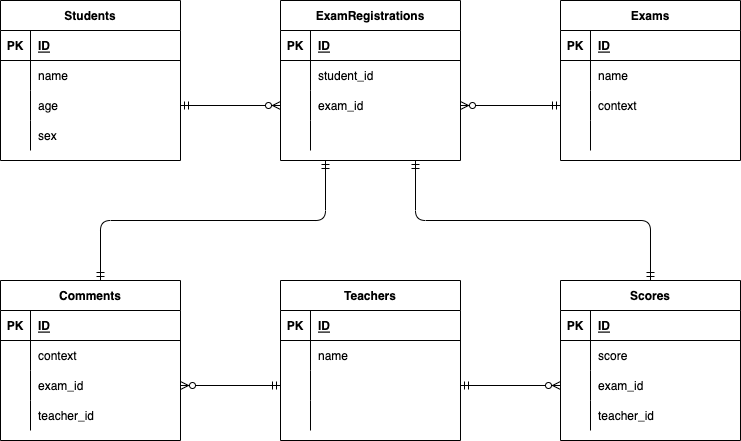
KotaUtsunomiya/DatabaseDesign_section8_Practice keeps this draw.io diagram as ERD.drawio.png. Above is the earlier version. Source tidied: cells renumbered, new cells last; positions are measured from the earlier drawing's top-left corner, leaving out a move shared by most shapes.
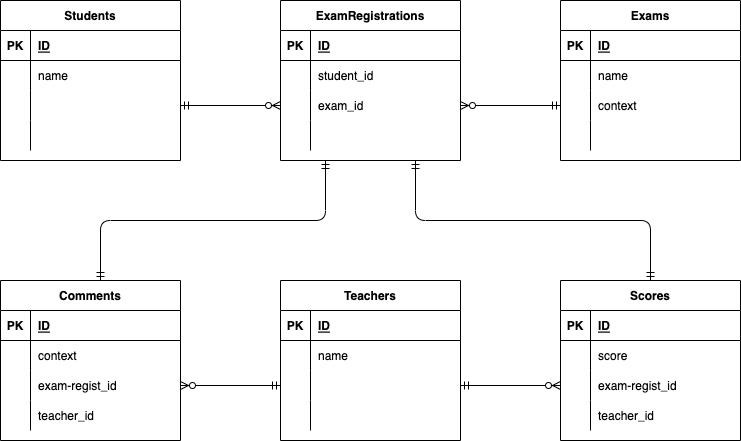
After the change.

What changed in the source:
```diff
@@ -29,7 +29,7 @@
     <mxCell id="10" style="shape=partialRectangle;fillColor=none;top=0;left=0;bottom=0;right=0;overflow=hidden;" parent="9" vertex="1">
       <mxGeometry width="30" height="30" as="geometry" />
     </mxCell>
-    <mxCell id="11" value="age" style="shape=partialRectangle;fillColor=none;top=0;left=0;bottom=0;right=0;align=left;spacingLeft=6;overflow=hidden;" parent="9" vertex="1">
+    <mxCell id="11" style="shape=partialRectangle;fillColor=none;top=0;left=0;bottom=0;right=0;align=left;spacingLeft=6;overflow=hidden;" parent="9" vertex="1">
       <mxGeometry x="30" width="150" height="30" as="geometry" />
     </mxCell>
     <mxCell id="12" style="shape=partialRectangle;fillColor=none;top=0;left=0;bottom=0;right=0;" parent="2" vertex="1">
@@ -38,7 +38,7 @@
     <mxCell id="13" style="shape=partialRectangle;fillColor=none;top=0;left=0;bottom=0;right=0;overflow=hidden;" parent="12" vertex="1">
       <mxGeometry width="30" height="30" as="geometry" />
     </mxCell>
-    <mxCell id="14" value="sex" style="shape=partialRectangle;fillColor=none;top=0;left=0;bottom=0;right=0;align=left;spacingLeft=6;overflow=hidden;" parent="12" vertex="1">
+    <mxCell id="14" style="shape=partialRectangle;fillColor=none;top=0;left=0;bottom=0;right=0;align=left;spacingLeft=6;overflow=hidden;" parent="12" vertex="1">
       <mxGeometry x="30" width="150" height="30" as="geometry" />
     </mxCell>
     <mxCell id="15" value="ExamRegistrations" style="shape=table;startSize=30;rowLines=0;fontStyle=1;align=center;" parent="1" vertex="1">
@@ -191,7 +191,7 @@
     <mxCell id="64" style="shape=partialRectangle;fillColor=none;top=0;left=0;bottom=0;right=0;overflow=hidden;" parent="63" vertex="1">
       <mxGeometry width="30" height="30" as="geometry" />
     </mxCell>
-    <mxCell id="65" value="exam_id" style="shape=partialRectangle;fillColor=none;top=0;left=0;bottom=0;right=0;align=left;spacingLeft=6;overflow=hidden;" parent="63" vertex="1">
+    <mxCell id="65" value="exam-regist_id" style="shape=partialRectangle;fillColor=none;top=0;left=0;bottom=0;right=0;align=left;spacingLeft=6;overflow=hidden;" parent="63" vertex="1">
       <mxGeometry x="30" width="150" height="30" as="geometry" />
     </mxCell>
     <mxCell id="66" style="shape=partialRectangle;fillColor=none;top=0;left=0;bottom=0;right=0;" parent="56" vertex="1">
@@ -230,7 +230,7 @@
     <mxCell id="77" style="shape=partialRectangle;fillColor=none;top=0;left=0;bottom=0;right=0;overflow=hidden;" parent="76" vertex="1">
       <mxGeometry width="30" height="30" as="geometry" />
     </mxCell>
-    <mxCell id="78" value="exam_id" style="shape=partialRectangle;fillColor=none;top=0;left=0;bottom=0;right=0;align=left;spacingLeft=6;overflow=hidden;" parent="76" vertex="1">
+    <mxCell id="78" value="exam-regist_id" style="shape=partialRectangle;fillColor=none;top=0;left=0;bottom=0;right=0;align=left;spacingLeft=6;overflow=hidden;" parent="76" vertex="1">
       <mxGeometry x="30" width="150" height="30" as="geometry" />
     </mxCell>
     <mxCell id="79" style="shape=partialRectangle;fillColor=none;top=0;left=0;bottom=0;right=0;" parent="69" vertex="1">
```
